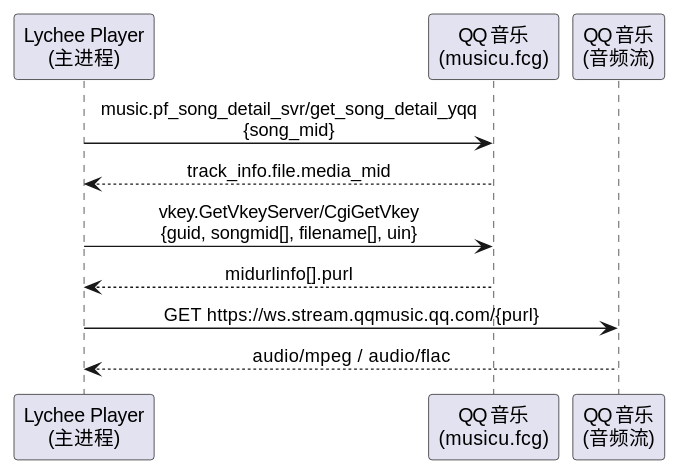
Before: diagram/prov-play.svg, a diagram exported from PlantUML (54m43lJ/LycheePlayer). The source it was exported from:
```plantuml
@startuml
skinparam shadowing false
skinparam defaultTextAlignment center

participant "Lychee Player\n(主进程)" as APP
participant "QQ 音乐\n(musicu.fcg)" as API
participant "QQ 音乐\n(音频流)" as STREAM

APP -> API : music.pf_song_detail_svr/get_song_detail_yqq\n{song_mid}
API --> APP : track_info.file.media_mid
APP -> API : vkey.GetVkeyServer/CgiGetVkey\n{guid, songmid[], filename[], uin}
API --> APP : midurlinfo[].purl
APP -> STREAM : GET https://ws.stream.qqmusic.qq.com/{purl}
STREAM --> APP : audio/mpeg / audio/flac
@enduml
```
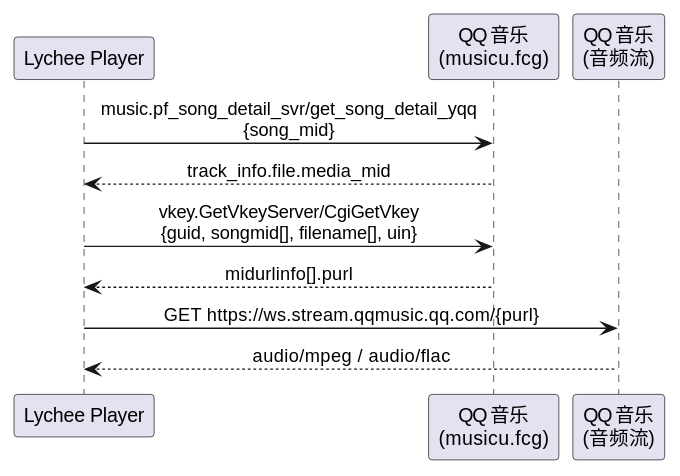
Later version of the same file.

What changed in the source:
```diff
@@ -2,7 +2,7 @@
 skinparam shadowing false
 skinparam defaultTextAlignment center
 
-participant "Lychee Player\n(主进程)" as APP
+participant "Lychee Player" as APP
 participant "QQ 音乐\n(musicu.fcg)" as API
 participant "QQ 音乐\n(音频流)" as STREAM
 
```
